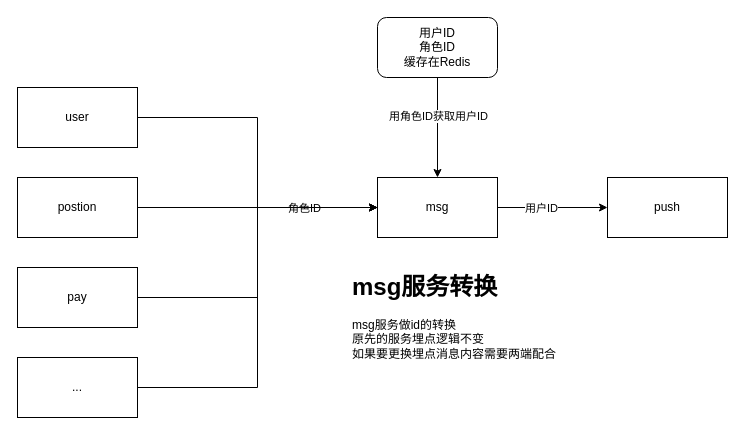
The draw.io diagram page "Push推送userId" (2 of 4) of kupu杂项.drawio in jarcn/pic, before the edit. Source tidied: cells renumbered, new cells numbered last; positions are measured from the earlier drawing's top-left corner, leaving out a move shared by most shapes. Both pictures are drawn from the tidied source at 100%, with x=0, y=0 at pixel (17, 17).
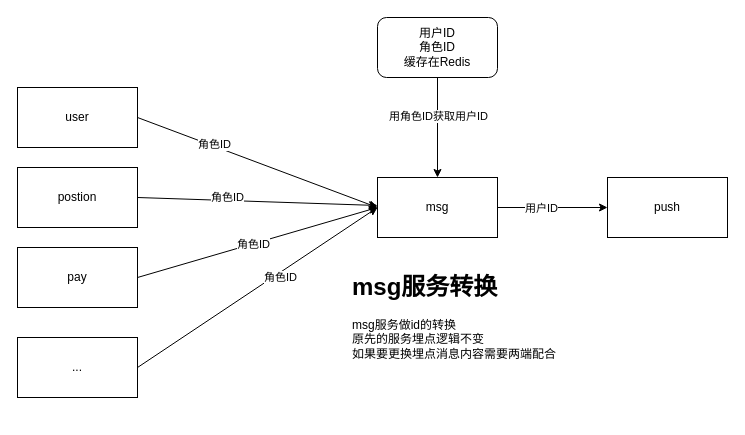
After the change.

Unchanged cells that the change refers to:
```xml
<mxCell id="3" value="user" style="rounded=0;whiteSpace=wrap;html=1;" parent="1" vertex="1">
  <mxGeometry y="70" width="120" height="60" as="geometry" />
</mxCell>
<mxCell id="11" value="msg" style="rounded=0;whiteSpace=wrap;html=1;" parent="1" vertex="1">
  <mxGeometry x="360" y="160" width="120" height="60" as="geometry" />
</mxCell>
```

What changed in the source:
```diff
@@
-    <mxCell id="2" style="edgeStyle=orthogonalEdgeStyle;rounded=0;jettySize=auto;html=1;exitX=1;exitY=0.5;exitDx=0;exitDy=0;entryX=0;entryY=0.5;entryDx=0;entryDy=0;" parent="1" edge="1" source="3" target="11">
+    <mxCell id="2" style="rounded=0;jettySize=auto;html=1;exitX=1;exitY=0.5;exitDx=0;exitDy=0;entryX=0;entryY=0.5;entryDx=0;entryDy=0;" parent="1" edge="1" source="3" target="11">
       <mxGeometry relative="1" as="geometry" />
     </mxCell>
+    <mxCell id="19" value="角色ID" style="edgeLabel;html=1;align=center;verticalAlign=middle;" parent="2" vertex="1">
+      <mxGeometry x="-0.37" y="2" relative="1" as="geometry" />
+    </mxCell>
@@
-    <mxCell id="4" style="edgeStyle=orthogonalEdgeStyle;rounded=0;jettySize=auto;html=1;exitX=1;exitY=0.5;exitDx=0;exitDy=0;" parent="1" edge="1" source="5" target="11">
+    <mxCell id="4" style="rounded=0;jettySize=auto;html=1;exitX=1;exitY=0.5;exitDx=0;exitDy=0;" parent="1" edge="1" source="5" target="11">
       <mxGeometry relative="1" as="geometry" />
     </mxCell>
+    <mxCell id="20" value="角色ID" style="edgeLabel;html=1;align=center;verticalAlign=middle;" parent="4" vertex="1">
+      <mxGeometry x="-0.26" y="3" relative="1" as="geometry" />
+    </mxCell>
     <mxCell id="5" value="postion" style="rounded=0;whiteSpace=wrap;html=1;" parent="1" vertex="1">
-      <mxGeometry y="160" width="120" height="60" as="geometry" />
+      <mxGeometry y="150" width="120" height="60" as="geometry" />
     </mxCell>
-    <mxCell id="6" style="edgeStyle=orthogonalEdgeStyle;rounded=0;jettySize=auto;html=1;exitX=1;exitY=0.5;exitDx=0;exitDy=0;entryX=0;entryY=0.5;entryDx=0;entryDy=0;" parent="1" edge="1" source="8" target="11">
+    <mxCell id="6" style="rounded=0;jettySize=auto;html=1;exitX=1;exitY=0.5;exitDx=0;exitDy=0;entryX=0;entryY=0.5;entryDx=0;entryDy=0;" parent="1" edge="1" source="8" target="11">
       <mxGeometry relative="1" as="geometry" />
     </mxCell>
-    <mxCell id="7" value="角色ID" style="edgeLabel;html=1;align=center;verticalAlign=middle;" parent="6" vertex="1">
-      <mxGeometry x="0.55" relative="1" as="geometry" />
-    </mxCell>
+    <mxCell id="21" value="角色ID" style="edgeLabel;html=1;align=center;verticalAlign=middle;" parent="6" vertex="1">
+      <mxGeometry x="-0.04" relative="1" as="geometry" />
+    </mxCell>
     <mxCell id="8" value="pay" style="rounded=0;whiteSpace=wrap;html=1;" parent="1" vertex="1">
-      <mxGeometry y="250" width="120" height="60" as="geometry" />
+      <mxGeometry y="230" width="120" height="60" as="geometry" />
     </mxCell>
@@
-    <mxCell id="17" style="edgeStyle=orthogonalEdgeStyle;rounded=0;jettySize=auto;html=1;exitX=1;exitY=0.5;exitDx=0;exitDy=0;entryX=0;entryY=0.5;entryDx=0;entryDy=0;" parent="1" edge="1" source="18" target="11">
+    <mxCell id="17" style="rounded=0;jettySize=auto;html=1;exitX=1;exitY=0.5;exitDx=0;exitDy=0;entryX=0;entryY=0.5;entryDx=0;entryDy=0;" parent="1" edge="1" source="18" target="11">
       <mxGeometry relative="1" as="geometry" />
     </mxCell>
+    <mxCell id="22" value="角色ID" style="edgeLabel;html=1;align=center;verticalAlign=middle;" parent="17" vertex="1">
+      <mxGeometry x="0.17" y="-4" relative="1" as="geometry" />
+    </mxCell>
     <mxCell id="18" value="..." style="rounded=0;whiteSpace=wrap;html=1;" parent="1" vertex="1">
-      <mxGeometry y="340" width="120" height="60" as="geometry" />
+      <mxGeometry y="320" width="120" height="60" as="geometry" />
     </mxCell>
```
